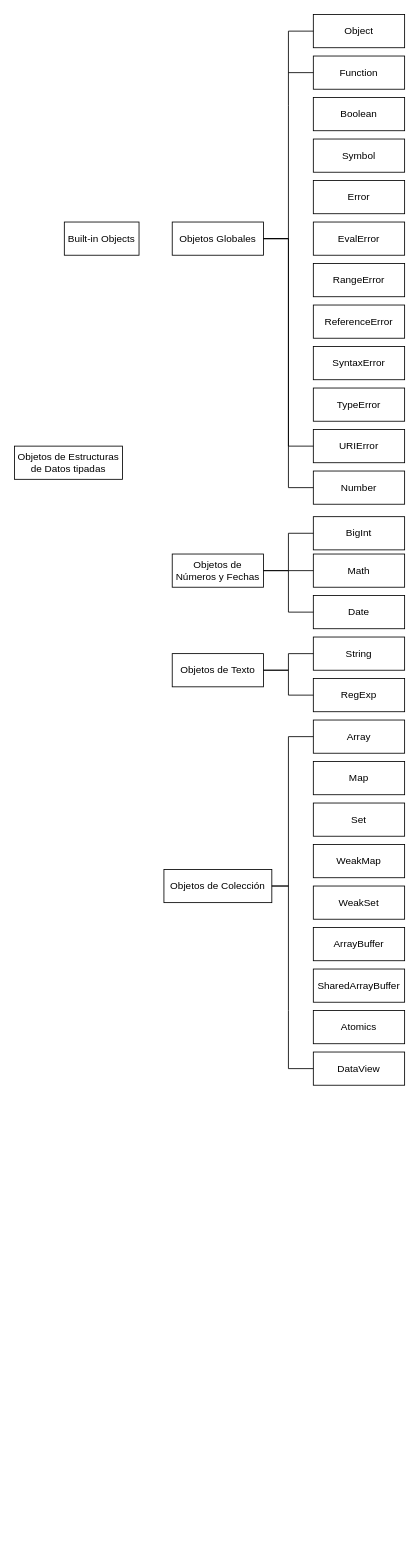
This is My Javascript Roadmap.drawio from GuillermoBaldan/my-javascript-roadmap, a draw.io file, before an edit. Source tidied: cells renumbered, new cells numbered last; positions are measured from the earlier drawing's top-left corner, leaving out a move shared by most shapes. Both pictures are drawn from the tidied source at 83%, with x=0, y=0 at pixel (14, 14).
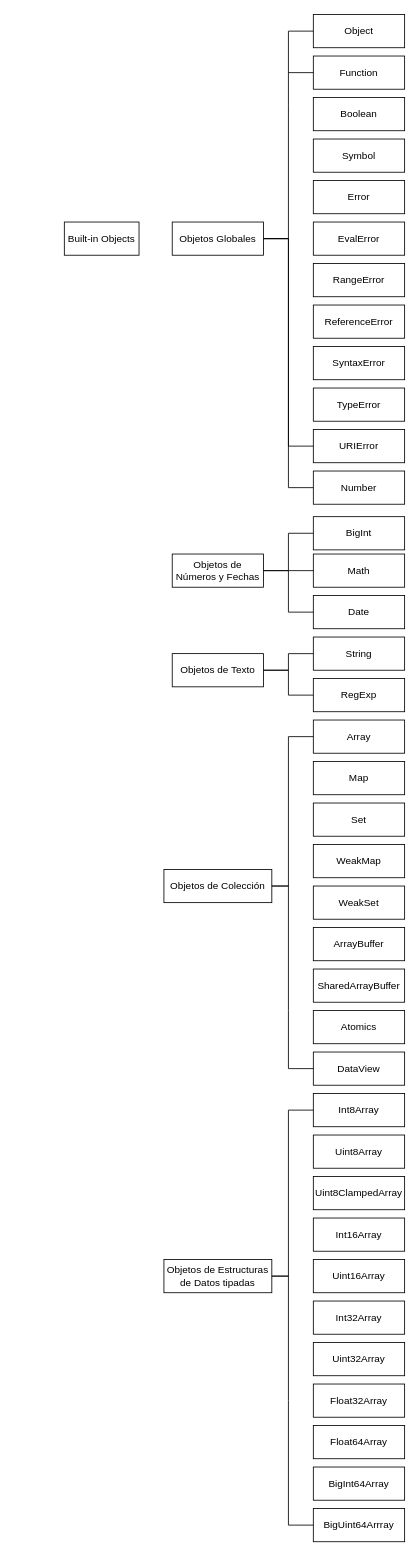
The same diagram, later.

Commit message (it also covers changes not shown here):
Objetos de estructuras tipadas

What changed in the source:
```diff
@@
     <mxCell id="7" value="Objetos de Estructuras de Datos tipadas" style="rounded=0;whiteSpace=wrap;html=1;" parent="1" vertex="1">
-      <mxGeometry y="520" width="130" height="40" as="geometry" />
+      <mxGeometry x="180" y="1500" width="130" height="40" as="geometry" />
     </mxCell>
@@
+    <mxCell id="45" value="Int8Array" style="rounded=0;whiteSpace=wrap;html=1;" parent="1" vertex="1">
+      <mxGeometry x="360" y="1300" width="110" height="40" as="geometry" />
+    </mxCell>
+    <mxCell id="46" value="Uint8Array" style="rounded=0;whiteSpace=wrap;html=1;" parent="1" vertex="1">
+      <mxGeometry x="360" y="1350" width="110" height="40" as="geometry" />
+    </mxCell>
+    <mxCell id="47" value="Uint8ClampedArray" style="rounded=0;whiteSpace=wrap;html=1;" parent="1" vertex="1">
+      <mxGeometry x="360" y="1400" width="110" height="40" as="geometry" />
+    </mxCell>
+    <mxCell id="48" value="Int16Array" style="rounded=0;whiteSpace=wrap;html=1;" parent="1" vertex="1">
+      <mxGeometry x="360" y="1450" width="110" height="40" as="geometry" />
+    </mxCell>
+    <mxCell id="49" value="Uint16Array" style="rounded=0;whiteSpace=wrap;html=1;" parent="1" vertex="1">
+      <mxGeometry x="360" y="1500" width="110" height="40" as="geometry" />
+    </mxCell>
+    <mxCell id="50" value="Int32Array" style="rounded=0;whiteSpace=wrap;html=1;" parent="1" vertex="1">
+      <mxGeometry x="360" y="1550" width="110" height="40" as="geometry" />
+    </mxCell>
+    <mxCell id="51" value="Uint32Array" style="rounded=0;whiteSpace=wrap;html=1;" parent="1" vertex="1">
+      <mxGeometry x="360" y="1600" width="110" height="40" as="geometry" />
+    </mxCell>
+    <mxCell id="52" value="Float32Array" style="rounded=0;whiteSpace=wrap;html=1;" parent="1" vertex="1">
+      <mxGeometry x="360" y="1650" width="110" height="40" as="geometry" />
+    </mxCell>
+    <mxCell id="53" value="Float64Array" style="rounded=0;whiteSpace=wrap;html=1;" parent="1" vertex="1">
+      <mxGeometry x="360" y="1700" width="110" height="40" as="geometry" />
+    </mxCell>
+    <mxCell id="54" value="BigInt64Array" style="rounded=0;whiteSpace=wrap;html=1;" parent="1" vertex="1">
+      <mxGeometry x="360" y="1750" width="110" height="40" as="geometry" />
+    </mxCell>
+    <mxCell id="55" value="BigUint64Arrray" style="rounded=0;whiteSpace=wrap;html=1;" parent="1" vertex="1">
+      <mxGeometry x="360" y="1800" width="110" height="40" as="geometry" />
+    </mxCell>
+    <mxCell id="56" style="endArrow=none;html=1;rounded=0;exitX=1;exitY=0.5;exitDx=0;exitDy=0;entryX=0;entryY=0.5;entryDx=0;entryDy=0;" parent="1" edge="1" target="55">
+      <mxGeometry relative="1" as="geometry">
+        <mxPoint x="310" y="1520" as="sourcePoint" />
+        <Array as="points">
+          <mxPoint x="330" y="1520" />
+          <mxPoint x="330" y="1670" />
+          <mxPoint x="330" y="1820" />
+        </Array>
+      </mxGeometry>
+    </mxCell>
+    <mxCell id="57" style="endArrow=none;html=1;rounded=0;entryX=0;entryY=0.5;entryDx=0;entryDy=0;" parent="1" edge="1">
+      <mxGeometry relative="1" as="geometry">
+        <mxPoint x="310" y="1520" as="sourcePoint" />
+        <mxPoint x="360" y="1320" as="targetPoint" />
+        <Array as="points">
+          <mxPoint x="330" y="1520" />
+          <mxPoint x="330" y="1320" />
+        </Array>
+      </mxGeometry>
+    </mxCell>
```
